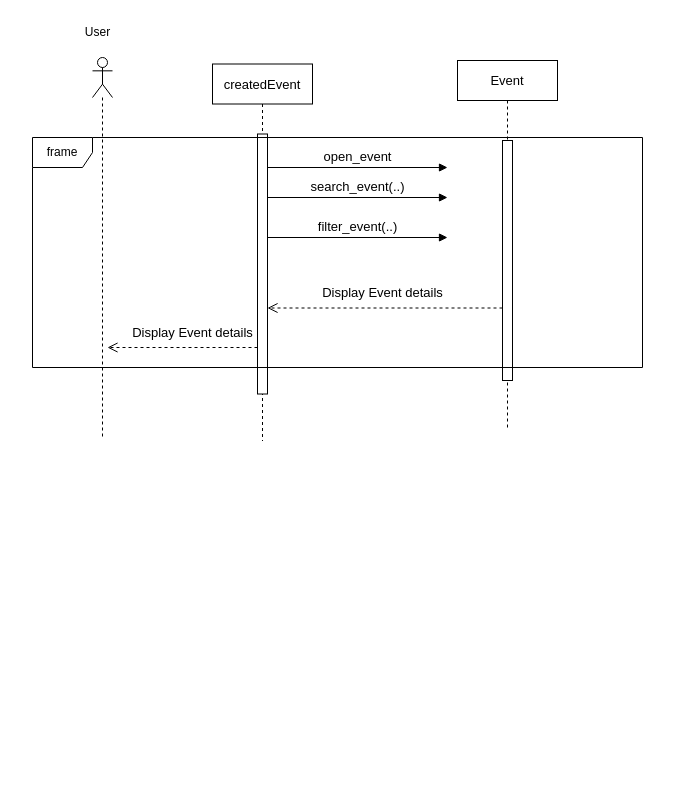
Above: Sequence Diagram/showEvents.drawio.xml in NeoZi12/NeoAndLeon (draw.io), before the change. Source tidied: cells renumbered, new cells numbered last; positions are measured from the earlier drawing's top-left corner, leaving out a move shared by most shapes. Both pictures are drawn from the tidied source at 100%, with x=0, y=0 at pixel (32, 17).
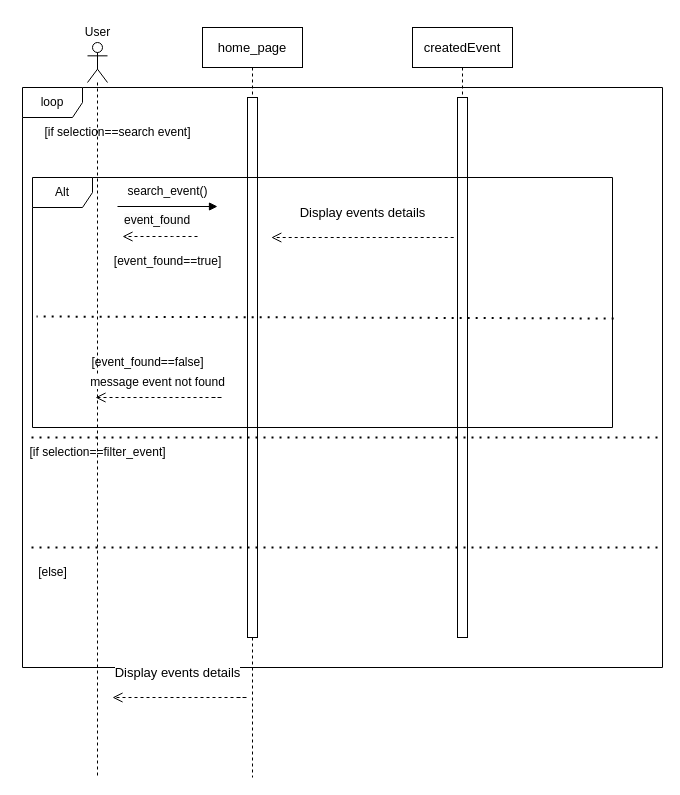
After the change.

Change to the diagram source:
```diff
@@
-    <mxCell id="2" value="createdEvent" style="shape=umlLifeline;perimeter=lifelinePerimeter;whiteSpace=wrap;html=1;newEdgeStyle={&quot;edgeStyle&quot;:&quot;elbowEdgeStyle&quot;,&quot;elbow&quot;:&quot;vertical&quot;,&quot;curved&quot;:0,&quot;rounded&quot;:0};fontSize=13;" parent="1" vertex="1">
-      <mxGeometry x="180" y="46.5" width="100" height="377" as="geometry" />
+    <mxCell id="2" value="home_page" style="shape=umlLifeline;perimeter=lifelinePerimeter;whiteSpace=wrap;html=1;newEdgeStyle={&quot;edgeStyle&quot;:&quot;elbowEdgeStyle&quot;,&quot;elbow&quot;:&quot;vertical&quot;,&quot;curved&quot;:0,&quot;rounded&quot;:0};fontSize=13;" parent="1" vertex="1">
+      <mxGeometry x="170" y="10" width="100" height="750" as="geometry" />
     </mxCell>
     <mxCell id="3" style="html=1;points=[];perimeter=orthogonalPerimeter;outlineConnect=0;targetShapes=umlLifeline;portConstraint=eastwest;newEdgeStyle={&quot;edgeStyle&quot;:&quot;elbowEdgeStyle&quot;,&quot;elbow&quot;:&quot;vertical&quot;,&quot;curved&quot;:0,&quot;rounded&quot;:0};fontSize=13;" parent="2" vertex="1">
-      <mxGeometry x="45" y="70" width="10" height="260" as="geometry" />
+      <mxGeometry x="45" y="70" width="10" height="540" as="geometry" />
     </mxCell>
-    <mxCell id="4" value="Event" style="shape=umlLifeline;perimeter=lifelinePerimeter;whiteSpace=wrap;html=1;newEdgeStyle={&quot;edgeStyle&quot;:&quot;elbowEdgeStyle&quot;,&quot;elbow&quot;:&quot;vertical&quot;,&quot;curved&quot;:0,&quot;rounded&quot;:0};fontSize=13;" parent="1" vertex="1">
-      <mxGeometry x="425" y="43" width="100" height="367" as="geometry" />
-    </mxCell>
-    <mxCell id="5" style="html=1;perimeter=orthogonalPerimeter;targetShapes=umlLifeline;newEdgeStyle={&quot;edgeStyle&quot;:&quot;elbowEdgeStyle&quot;,&quot;elbow&quot;:&quot;vertical&quot;,&quot;curved&quot;:0,&quot;rounded&quot;:0};fontSize=13;" parent="4" vertex="1">
-      <mxGeometry x="45" y="80" width="10" height="240" as="geometry" />
-    </mxCell>
     <mxCell id="6" style="shape=umlLifeline;perimeter=lifelinePerimeter;whiteSpace=wrap;html=1;newEdgeStyle={&quot;curved&quot;:0,&quot;rounded&quot;:0};participant=umlActor;fontSize=13;" parent="1" vertex="1">
-      <mxGeometry x="60" y="40" width="20" height="380" as="geometry" />
+      <mxGeometry x="55" y="25" width="20" height="735" as="geometry" />
     </mxCell>
-    <mxCell id="7" style="html=1;verticalAlign=bottom;endArrow=open;dashed=1;endSize=8;curved=0;rounded=0;fontSize=13;" parent="1" edge="1" target="3">
-      <mxGeometry x="-0.58" y="-10" relative="1" as="geometry">
-        <mxPoint x="470" y="290.5" as="sourcePoint" />
-      </mxGeometry>
-    </mxCell>
-    <mxCell id="8" style="html=1;verticalAlign=bottom;endArrow=open;dashed=1;endSize=8;curved=0;rounded=0;fontSize=13;" parent="1" edge="1" source="3">
+    <mxCell id="8" style="html=1;verticalAlign=bottom;endArrow=open;dashed=1;endSize=8;curved=0;rounded=0;fontSize=13;" parent="1" edge="1">
       <mxGeometry relative="1" as="geometry">
-        <mxPoint x="75" y="330" as="targetPoint" />
+        <mxPoint x="165" y="219" as="sourcePoint" />
+        <mxPoint x="90" y="219" as="targetPoint" />
+        <Array as="points">
+          <mxPoint x="140" y="219" />
+        </Array>
       </mxGeometry>
     </mxCell>
-    <mxCell id="9" value="&lt;span style=&quot;background-color: rgb(255, 255, 255);&quot;&gt;Display Event details&lt;/span&gt;" style="text;html=1;align=center;verticalAlign=middle;strokeColor=none;fillColor=none;fontSize=13;" parent="1" vertex="1">
-      <mxGeometry x="90" y="300" width="140" height="30" as="geometry" />
-    </mxCell>
-    <mxCell id="10" value="&lt;span style=&quot;background-color: rgb(255, 255, 255);&quot;&gt;Display Event details&lt;/span&gt;" style="text;html=1;align=center;verticalAlign=middle;strokeColor=none;fillColor=none;fontSize=13;" parent="1" vertex="1">
-      <mxGeometry x="280" y="260" width="140" height="30" as="geometry" />
-    </mxCell>
-    <mxCell id="11" value="open_event" style="html=1;verticalAlign=bottom;endArrow=block;curved=0;rounded=0;fontSize=13;" parent="1" edge="1" source="3">
-      <mxGeometry relative="1" as="geometry">
-        <mxPoint x="415" y="150" as="targetPoint" />
-      </mxGeometry>
-    </mxCell>
@@
-    <mxCell id="13" value="search_event(..)" style="html=1;verticalAlign=bottom;endArrow=block;curved=0;rounded=0;fontSize=13;" parent="1" edge="1" source="3">
-      <mxGeometry relative="1" as="geometry">
-        <mxPoint x="415" y="180" as="targetPoint" />
-      </mxGeometry>
-    </mxCell>
-    <mxCell id="14" value="filter_event(..)" style="html=1;verticalAlign=bottom;endArrow=block;curved=0;rounded=0;fontSize=13;" parent="1" edge="1" source="3">
-      <mxGeometry relative="1" as="geometry">
-        <mxPoint x="415" y="220" as="targetPoint" />
-      </mxGeometry>
-    </mxCell>
-    <mxCell id="15" value="frame" style="shape=umlFrame;whiteSpace=wrap;html=1;" parent="1" vertex="1">
-      <mxGeometry y="120" width="610" height="230" as="geometry" />
+    <mxCell id="15" value="loop" style="shape=umlFrame;whiteSpace=wrap;html=1;" parent="1" vertex="1">
+      <mxGeometry x="-10" y="70" width="640" height="580" as="geometry" />
     </mxCell>
+    <mxCell id="16" value="createdEvent" style="shape=umlLifeline;perimeter=lifelinePerimeter;whiteSpace=wrap;html=1;newEdgeStyle={&quot;edgeStyle&quot;:&quot;elbowEdgeStyle&quot;,&quot;elbow&quot;:&quot;vertical&quot;,&quot;curved&quot;:0,&quot;rounded&quot;:0};fontSize=13;" parent="1" vertex="1">
+      <mxGeometry x="380" y="10" width="100" height="610" as="geometry" />
+    </mxCell>
+    <mxCell id="17" style="html=1;perimeter=orthogonalPerimeter;targetShapes=umlLifeline;newEdgeStyle={&quot;edgeStyle&quot;:&quot;elbowEdgeStyle&quot;,&quot;elbow&quot;:&quot;vertical&quot;,&quot;curved&quot;:0,&quot;rounded&quot;:0};fontSize=13;" parent="16" vertex="1">
+      <mxGeometry x="45" y="70" width="10" height="540" as="geometry" />
+    </mxCell>
+    <mxCell id="18" value="Alt" style="shape=umlFrame;whiteSpace=wrap;html=1;" parent="1" vertex="1">
+      <mxGeometry y="160" width="580" height="250" as="geometry" />
+    </mxCell>
+    <mxCell id="19" value="[event_found==true]" style="text;html=1;align=center;verticalAlign=middle;strokeColor=none;fillColor=none;" parent="1" vertex="1">
+      <mxGeometry x="70" y="229" width="130" height="30" as="geometry" />
+    </mxCell>
+    <mxCell id="20" style="endArrow=none;dashed=1;html=1;dashPattern=1 3;strokeWidth=2;rounded=0;exitX=1.002;exitY=0.564;exitDx=0;exitDy=0;exitPerimeter=0;entryX=0.007;entryY=0.556;entryDx=0;entryDy=0;entryPerimeter=0;" parent="1" edge="1" source="18" target="18">
+      <mxGeometry relative="1" as="geometry" />
+    </mxCell>
+    <mxCell id="21" value="[event_found==false]" style="text;html=1;align=center;verticalAlign=middle;strokeColor=none;fillColor=none;" parent="1" vertex="1">
+      <mxGeometry x="45" y="330" width="140" height="30" as="geometry" />
+    </mxCell>
+    <mxCell id="22" value="&lt;span style=&quot;background-color: rgb(255, 255, 255);&quot;&gt;Display events details&lt;/span&gt;" style="text;html=1;align=center;verticalAlign=middle;strokeColor=none;fillColor=none;fontSize=13;" parent="1" vertex="1">
+      <mxGeometry x="255" y="180" width="150" height="30" as="geometry" />
+    </mxCell>
+    <mxCell id="23" style="html=1;verticalAlign=bottom;endArrow=open;dashed=1;endSize=8;curved=0;rounded=0;fontSize=13;" parent="1" edge="1">
+      <mxGeometry x="-0.58" y="-10" relative="1" as="geometry">
+        <mxPoint x="421.2" y="220" as="sourcePoint" />
+        <mxPoint x="238.8" y="220" as="targetPoint" />
+        <Array as="points">
+          <mxPoint x="393.8" y="220" />
+        </Array>
+      </mxGeometry>
+    </mxCell>
+    <mxCell id="24" value="&lt;span style=&quot;background-color: rgb(255, 255, 255);&quot;&gt;message event not found&lt;/span&gt;" style="text;html=1;align=center;verticalAlign=middle;strokeColor=none;fillColor=none;fontSize=12;" parent="1" vertex="1">
+      <mxGeometry x="45" y="350" width="160" height="30" as="geometry" />
+    </mxCell>
+    <mxCell id="25" style="html=1;verticalAlign=bottom;endArrow=open;dashed=1;endSize=8;curved=0;rounded=0;fontSize=13;" parent="1" edge="1">
+      <mxGeometry x="-0.58" y="-10" relative="1" as="geometry">
+        <mxPoint x="180" y="380" as="sourcePoint" />
+        <mxPoint x="63" y="380" as="targetPoint" />
+        <Array as="points">
+          <mxPoint x="190" y="380" />
+        </Array>
+      </mxGeometry>
+    </mxCell>
+    <mxCell id="26" value="search_event()" style="text;html=1;align=center;verticalAlign=middle;strokeColor=none;fillColor=none;" parent="1" vertex="1">
+      <mxGeometry x="85" y="159" width="100" height="30" as="geometry" />
+    </mxCell>
+    <mxCell id="27" style="html=1;verticalAlign=bottom;endArrow=open;dashed=1;endSize=8;curved=0;rounded=0;fontSize=13;" parent="1" edge="1">
+      <mxGeometry x="-0.58" y="-10" relative="1" as="geometry">
+        <mxPoint x="205" y="680" as="sourcePoint" />
+        <mxPoint x="80" y="680" as="targetPoint" />
+        <Array as="points">
+          <mxPoint x="215" y="680" />
+        </Array>
+      </mxGeometry>
+    </mxCell>
+    <mxCell id="28" value="&lt;span style=&quot;background-color: rgb(255, 255, 255);&quot;&gt;Display events details&lt;/span&gt;" style="text;html=1;align=center;verticalAlign=middle;strokeColor=none;fillColor=none;fontSize=13;" parent="1" vertex="1">
+      <mxGeometry x="70" y="640" width="150" height="30" as="geometry" />
+    </mxCell>
+    <mxCell id="29" style="html=1;verticalAlign=bottom;endArrow=block;curved=0;rounded=0;fontSize=13;" parent="1" edge="1">
+      <mxGeometry x="0.14" y="80" relative="1" as="geometry">
+        <mxPoint x="85" y="189" as="sourcePoint" />
+        <mxPoint x="185" y="189" as="targetPoint" />
+      </mxGeometry>
+    </mxCell>
+    <mxCell id="30" style="endArrow=none;dashed=1;html=1;dashPattern=1 3;strokeWidth=2;rounded=0;" parent="1" edge="1">
+      <mxGeometry relative="1" as="geometry">
+        <mxPoint x="625" y="420" as="sourcePoint" />
+        <mxPoint x="-5" y="420" as="targetPoint" />
+        <Array as="points">
+          <mxPoint x="315" y="420" />
+        </Array>
+      </mxGeometry>
+    </mxCell>
+    <mxCell id="31" value="[if selection==search event]" style="text;html=1;align=center;verticalAlign=middle;strokeColor=none;fillColor=none;" parent="1" vertex="1">
+      <mxGeometry y="100" width="170" height="30" as="geometry" />
+    </mxCell>
+    <mxCell id="32" value="[if selection==filter_event]" style="text;html=1;align=center;verticalAlign=middle;strokeColor=none;fillColor=none;" parent="1" vertex="1">
+      <mxGeometry x="-15" y="420" width="160" height="30" as="geometry" />
+    </mxCell>
+    <mxCell id="33" value="[else]" style="text;html=1;align=center;verticalAlign=middle;strokeColor=none;fillColor=none;" parent="1" vertex="1">
+      <mxGeometry x="-5" y="540" width="50" height="30" as="geometry" />
+    </mxCell>
+    <mxCell id="34" style="endArrow=none;dashed=1;html=1;dashPattern=1 3;strokeWidth=2;rounded=0;" parent="1" edge="1">
+      <mxGeometry relative="1" as="geometry">
+        <mxPoint x="625" y="530" as="sourcePoint" />
+        <mxPoint x="-5" y="530" as="targetPoint" />
+      </mxGeometry>
+    </mxCell>
+    <mxCell id="35" value="&lt;span style=&quot;color: rgb(0, 0, 0); font-family: Helvetica; font-size: 12px; font-style: normal; font-variant-ligatures: normal; font-variant-caps: normal; font-weight: 400; letter-spacing: normal; orphans: 2; text-align: center; text-indent: 0px; text-transform: none; widows: 2; word-spacing: 0px; -webkit-text-stroke-width: 0px; white-space: nowrap; background-color: rgb(251, 251, 251); text-decoration-thickness: initial; text-decoration-style: initial; text-decoration-color: initial; float: none; display: inline !important;&quot;&gt;event_found&lt;/span&gt;" style="text;whiteSpace=wrap;html=1;" parent="1" vertex="1">
+      <mxGeometry x="90" y="189" width="115" height="40" as="geometry" />
+    </mxCell>
```
